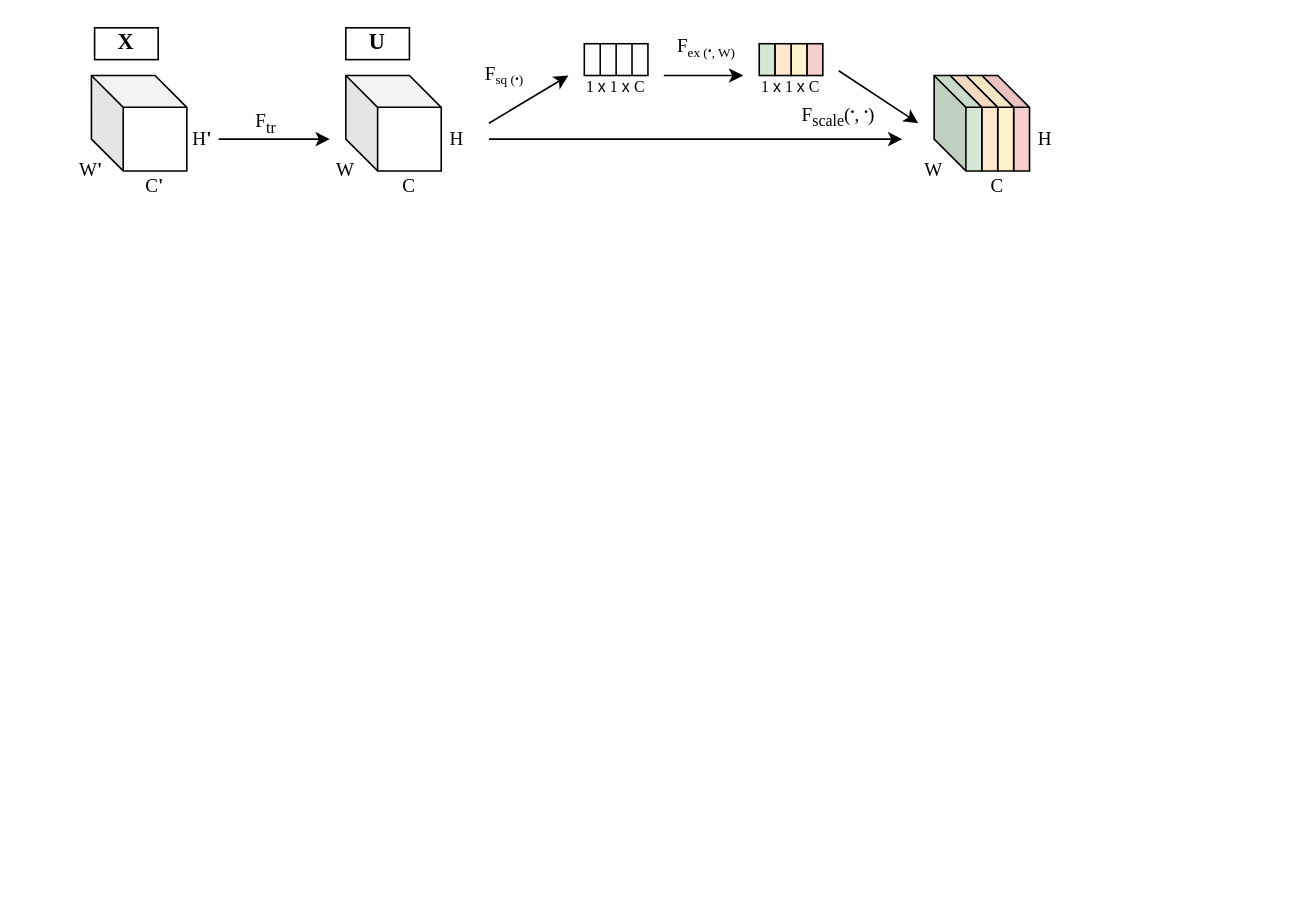
This is diagrams.drawio from NahianAlindo/gait_recognition, a draw.io file, before an edit. Source tidied: cells renumbered, new cells numbered last; positions are measured from the earlier drawing's top-left corner, leaving out a move shared by most shapes. Both pictures are drawn from the tidied source at 159%, with x=0, y=0 at pixel (59, 27).
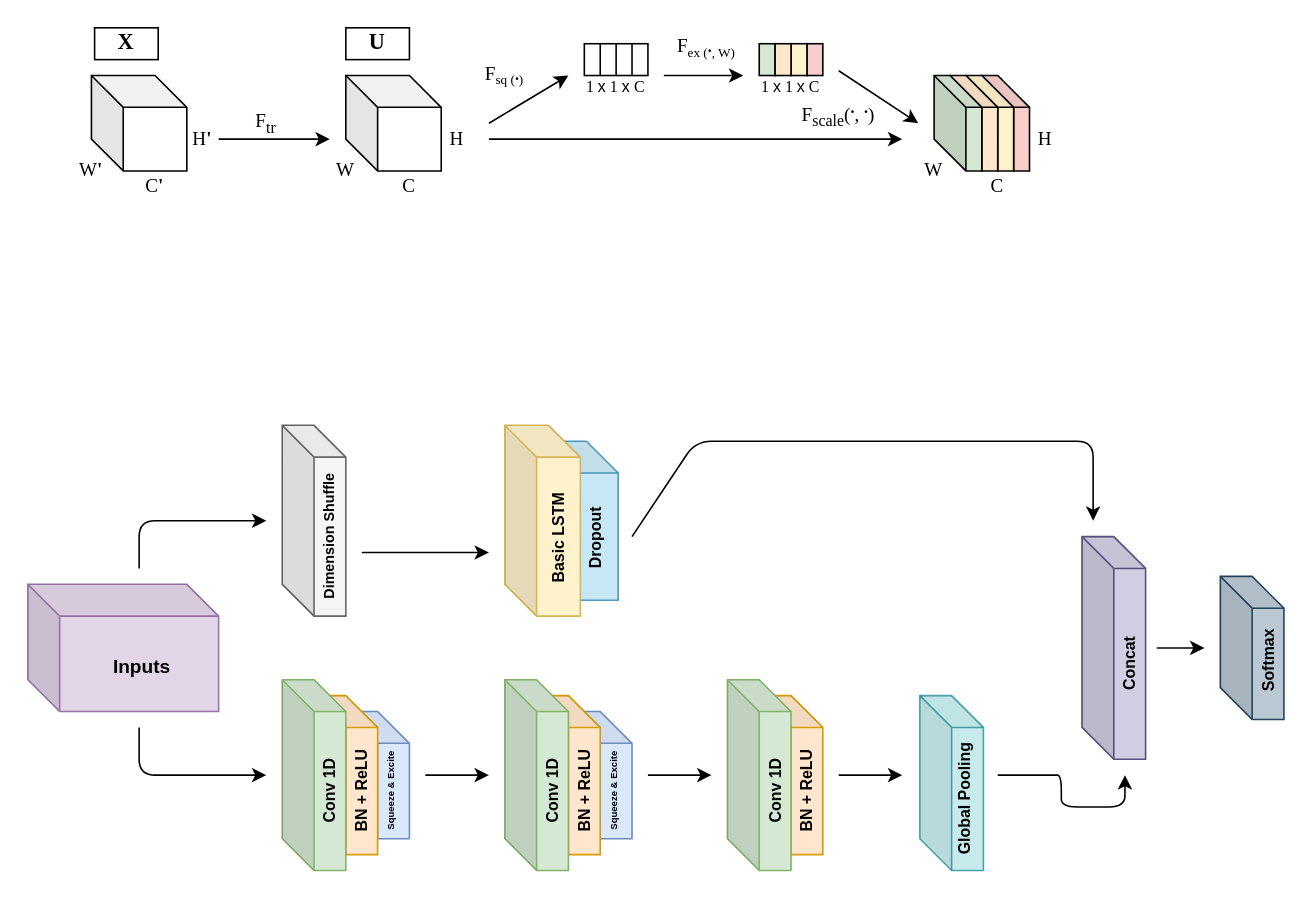
The same diagram, later.

Change to the diagram source:
```diff
@@
+    <mxCell id="42" style="shape=cube;whiteSpace=wrap;html=1;boundedLbl=1;backgroundOutline=1;darkOpacity=0.05;darkOpacity2=0.1;fillColor=#e1d5e7;strokeColor=#9673a6;" parent="1" vertex="1">
+      <mxGeometry x="-20" y="350" width="120" height="80" as="geometry" />
+    </mxCell>
+    <mxCell id="43" value="&lt;b&gt;Inputs&lt;/b&gt;" style="text;html=1;strokeColor=none;fillColor=none;align=center;verticalAlign=middle;whiteSpace=wrap;rounded=0;" parent="1" vertex="1">
+      <mxGeometry x="32" y="392" width="40" height="20" as="geometry" />
+    </mxCell>
+    <mxCell id="44" style="shape=cube;whiteSpace=wrap;html=1;boundedLbl=1;backgroundOutline=1;darkOpacity=0.05;darkOpacity2=0.1;fillColor=#f5f5f5;strokeColor=#666666;fontColor=#333333;" parent="1" vertex="1">
+      <mxGeometry x="140" y="250" width="40" height="120" as="geometry" />
+    </mxCell>
+    <mxCell id="45" style="shape=cube;whiteSpace=wrap;html=1;boundedLbl=1;backgroundOutline=1;darkOpacity=0.05;darkOpacity2=0.1;fillColor=#b0e3e6;strokeColor=#0e8088;opacity=70;" parent="1" vertex="1">
+      <mxGeometry x="541" y="420" width="40" height="110" as="geometry" />
+    </mxCell>
+    <mxCell id="46" style="shape=cube;whiteSpace=wrap;html=1;boundedLbl=1;backgroundOutline=1;darkOpacity=0.05;darkOpacity2=0.1;fillColor=#d0cee2;strokeColor=#56517e;" parent="1" vertex="1">
+      <mxGeometry x="643" y="320" width="40" height="140" as="geometry" />
+    </mxCell>
+    <mxCell id="47" style="shape=cube;whiteSpace=wrap;html=1;boundedLbl=1;backgroundOutline=1;darkOpacity=0.05;darkOpacity2=0.1;fillColor=#bac8d3;strokeColor=#23445d;" parent="1" vertex="1">
+      <mxGeometry x="730" y="345" width="40" height="90" as="geometry" />
+    </mxCell>
+    <mxCell id="48" value="&lt;font size=&quot;1&quot;&gt;&lt;b style=&quot;font-size: 9px&quot;&gt;Dimension Shuffle&lt;/b&gt;&lt;/font&gt;" style="text;html=1;strokeColor=none;fillColor=none;align=center;verticalAlign=middle;whiteSpace=wrap;rounded=0;rotation=-90;" parent="1" vertex="1">
+      <mxGeometry x="119" y="310" width="100" height="20" as="geometry" />
+    </mxCell>
+    <mxCell id="49" style="shape=cube;whiteSpace=wrap;html=1;boundedLbl=1;backgroundOutline=1;darkOpacity=0.05;darkOpacity2=0.1;fillColor=#ffe6cc;strokeColor=#d79b00;" parent="1" vertex="1">
+      <mxGeometry x="440" y="420" width="40" height="100" as="geometry" />
+    </mxCell>
+    <mxCell id="50" style="shape=cube;whiteSpace=wrap;html=1;boundedLbl=1;backgroundOutline=1;darkOpacity=0.05;darkOpacity2=0.1;fillColor=#d5e8d4;strokeColor=#82b366;" parent="1" vertex="1">
+      <mxGeometry x="420" y="410" width="40" height="120" as="geometry" />
+    </mxCell>
+    <mxCell id="51" value="&lt;font style=&quot;font-size: 10px&quot;&gt;&lt;b&gt;Conv 1D&lt;/b&gt;&lt;/font&gt;" style="text;html=1;strokeColor=none;fillColor=none;align=center;verticalAlign=middle;whiteSpace=wrap;rounded=0;rotation=-90;" parent="1" vertex="1">
+      <mxGeometry x="400" y="470" width="100" height="20" as="geometry" />
+    </mxCell>
+    <mxCell id="52" value="&lt;font style=&quot;font-size: 10px&quot;&gt;&lt;b&gt;BN + ReLU&lt;/b&gt;&lt;/font&gt;" style="text;html=1;strokeColor=none;fillColor=none;align=center;verticalAlign=middle;whiteSpace=wrap;rounded=0;rotation=-90;" parent="1" vertex="1">
+      <mxGeometry x="420" y="470" width="100" height="20" as="geometry" />
+    </mxCell>
+    <mxCell id="53" value="&lt;font style=&quot;font-size: 10px&quot;&gt;&lt;b&gt;Softmax&lt;/b&gt;&lt;/font&gt;" style="text;html=1;strokeColor=none;fillColor=none;align=center;verticalAlign=middle;whiteSpace=wrap;rounded=0;rotation=-90;" parent="1" vertex="1">
+      <mxGeometry x="710" y="388" width="100" height="20" as="geometry" />
+    </mxCell>
+    <mxCell id="54" value="&lt;font style=&quot;font-size: 10px&quot;&gt;&lt;b&gt;Global Pooling&lt;/b&gt;&lt;/font&gt;" style="text;html=1;strokeColor=none;fillColor=none;align=center;verticalAlign=middle;whiteSpace=wrap;rounded=0;rotation=-90;" parent="1" vertex="1">
+      <mxGeometry x="519" y="475" width="100" height="20" as="geometry" />
+    </mxCell>
+    <mxCell id="55" value="&lt;font style=&quot;font-size: 10px&quot;&gt;&lt;b&gt;Concat&lt;/b&gt;&lt;/font&gt;" style="text;html=1;strokeColor=none;fillColor=none;align=center;verticalAlign=middle;whiteSpace=wrap;rounded=0;rotation=-90;" parent="1" vertex="1">
+      <mxGeometry x="623" y="390" width="100" height="20" as="geometry" />
+    </mxCell>
+    <mxCell id="56" style="endArrow=classic;html=1;" parent="1" edge="1">
+      <mxGeometry relative="1" as="geometry">
+        <mxPoint x="50" y="340" as="sourcePoint" />
+        <mxPoint x="130" y="310" as="targetPoint" />
+        <Array as="points">
+          <mxPoint x="50" y="310" />
+        </Array>
+      </mxGeometry>
+    </mxCell>
+    <mxCell id="57" style="endArrow=classic;html=1;" parent="1" edge="1">
+      <mxGeometry relative="1" as="geometry">
+        <mxPoint x="50" y="440" as="sourcePoint" />
+        <mxPoint x="130" y="470" as="targetPoint" />
+        <Array as="points">
+          <mxPoint x="50" y="470" />
+        </Array>
+      </mxGeometry>
+    </mxCell>
+    <mxCell id="58" style="endArrow=classic;html=1;" parent="1" edge="1">
+      <mxGeometry relative="1" as="geometry">
+        <mxPoint x="490" y="470" as="sourcePoint" />
+        <mxPoint x="530" y="470" as="targetPoint" />
+      </mxGeometry>
+    </mxCell>
+    <mxCell id="59" style="endArrow=classic;html=1;" parent="1" edge="1">
+      <mxGeometry relative="1" as="geometry">
+        <mxPoint x="370" y="470" as="sourcePoint" />
+        <mxPoint x="410" y="470" as="targetPoint" />
+      </mxGeometry>
+    </mxCell>
+    <mxCell id="60" style="endArrow=classic;html=1;" parent="1" edge="1">
+      <mxGeometry relative="1" as="geometry">
+        <mxPoint x="230" y="470" as="sourcePoint" />
+        <mxPoint x="270" y="470" as="targetPoint" />
+      </mxGeometry>
+    </mxCell>
+    <mxCell id="61" style="endArrow=classic;html=1;" parent="1" edge="1">
+      <mxGeometry relative="1" as="geometry">
+        <mxPoint x="190" y="330" as="sourcePoint" />
+        <mxPoint x="270" y="330" as="targetPoint" />
+      </mxGeometry>
+    </mxCell>
+    <mxCell id="62" style="endArrow=classic;html=1;" parent="1" edge="1">
+      <mxGeometry relative="1" as="geometry">
+        <mxPoint x="360" y="320" as="sourcePoint" />
+        <mxPoint x="650" y="310" as="targetPoint" />
+        <Array as="points">
+          <mxPoint x="400" y="260" />
+          <mxPoint x="650" y="260" />
+        </Array>
+      </mxGeometry>
+    </mxCell>
+    <mxCell id="63" style="endArrow=classic;html=1;" parent="1" edge="1">
+      <mxGeometry relative="1" as="geometry">
+        <mxPoint x="590" y="470" as="sourcePoint" />
+        <mxPoint x="670" y="470" as="targetPoint" />
+        <Array as="points">
+          <mxPoint x="620" y="470" />
+          <mxPoint x="630" y="470" />
+          <mxPoint x="630" y="490" />
+          <mxPoint x="670" y="490" />
+        </Array>
+      </mxGeometry>
+    </mxCell>
+    <mxCell id="64" style="endArrow=classic;html=1;" parent="1" edge="1">
+      <mxGeometry relative="1" as="geometry">
+        <mxPoint x="690" y="390" as="sourcePoint" />
+        <mxPoint x="720" y="390" as="targetPoint" />
+      </mxGeometry>
+    </mxCell>
+    <mxCell id="65" style="shape=cube;whiteSpace=wrap;html=1;boundedLbl=1;backgroundOutline=1;darkOpacity=0.05;darkOpacity2=0.1;fillColor=#dae8fc;strokeColor=#6c8ebf;" parent="1" vertex="1">
+      <mxGeometry x="320" y="430" width="40" height="80" as="geometry" />
+    </mxCell>
+    <mxCell id="66" style="shape=cube;whiteSpace=wrap;html=1;boundedLbl=1;backgroundOutline=1;darkOpacity=0.05;darkOpacity2=0.1;fillColor=#ffe6cc;strokeColor=#d79b00;" parent="1" vertex="1">
+      <mxGeometry x="300" y="420" width="40" height="100" as="geometry" />
+    </mxCell>
+    <mxCell id="67" style="shape=cube;whiteSpace=wrap;html=1;boundedLbl=1;backgroundOutline=1;darkOpacity=0.05;darkOpacity2=0.1;fillColor=#d5e8d4;strokeColor=#82b366;" parent="1" vertex="1">
+      <mxGeometry x="280" y="410" width="40" height="120" as="geometry" />
+    </mxCell>
+    <mxCell id="68" value="&lt;font style=&quot;font-size: 10px&quot;&gt;&lt;b&gt;Conv 1D&lt;/b&gt;&lt;/font&gt;" style="text;html=1;strokeColor=none;fillColor=none;align=center;verticalAlign=middle;whiteSpace=wrap;rounded=0;rotation=-90;" parent="1" vertex="1">
+      <mxGeometry x="260" y="470" width="100" height="20" as="geometry" />
+    </mxCell>
+    <mxCell id="69" value="&lt;font style=&quot;font-size: 10px&quot;&gt;&lt;b&gt;BN + ReLU&lt;/b&gt;&lt;/font&gt;" style="text;html=1;strokeColor=none;fillColor=none;align=center;verticalAlign=middle;whiteSpace=wrap;rounded=0;rotation=-90;" parent="1" vertex="1">
+      <mxGeometry x="280" y="470" width="100" height="20" as="geometry" />
+    </mxCell>
+    <mxCell id="70" value="&lt;font&gt;&lt;b&gt;&lt;font style=&quot;font-size: 6px&quot;&gt;Squeeze &amp;amp; Excite&lt;/font&gt;&lt;br&gt;&lt;/b&gt;&lt;/font&gt;" style="text;html=1;strokeColor=none;fillColor=none;align=center;verticalAlign=middle;whiteSpace=wrap;rounded=0;rotation=-90;" parent="1" vertex="1">
+      <mxGeometry x="297" y="470" width="100" height="20" as="geometry" />
+    </mxCell>
+    <mxCell id="71" style="shape=cube;whiteSpace=wrap;html=1;boundedLbl=1;backgroundOutline=1;darkOpacity=0.05;darkOpacity2=0.1;fillColor=#dae8fc;strokeColor=#6c8ebf;" parent="1" vertex="1">
+      <mxGeometry x="180" y="430" width="40" height="80" as="geometry" />
+    </mxCell>
+    <mxCell id="72" style="shape=cube;whiteSpace=wrap;html=1;boundedLbl=1;backgroundOutline=1;darkOpacity=0.05;darkOpacity2=0.1;fillColor=#ffe6cc;strokeColor=#d79b00;" parent="1" vertex="1">
+      <mxGeometry x="160" y="420" width="40" height="100" as="geometry" />
+    </mxCell>
+    <mxCell id="73" style="shape=cube;whiteSpace=wrap;html=1;boundedLbl=1;backgroundOutline=1;darkOpacity=0.05;darkOpacity2=0.1;fillColor=#d5e8d4;strokeColor=#82b366;" parent="1" vertex="1">
+      <mxGeometry x="140" y="410" width="40" height="120" as="geometry" />
+    </mxCell>
+    <mxCell id="74" value="&lt;font style=&quot;font-size: 10px&quot;&gt;&lt;b&gt;Conv 1D&lt;/b&gt;&lt;/font&gt;" style="text;html=1;strokeColor=none;fillColor=none;align=center;verticalAlign=middle;whiteSpace=wrap;rounded=0;rotation=-90;" parent="1" vertex="1">
+      <mxGeometry x="120" y="470" width="100" height="20" as="geometry" />
+    </mxCell>
+    <mxCell id="75" value="&lt;font style=&quot;font-size: 10px&quot;&gt;&lt;b&gt;BN + ReLU&lt;/b&gt;&lt;/font&gt;" style="text;html=1;strokeColor=none;fillColor=none;align=center;verticalAlign=middle;whiteSpace=wrap;rounded=0;rotation=-90;" parent="1" vertex="1">
+      <mxGeometry x="140" y="470" width="100" height="20" as="geometry" />
+    </mxCell>
+    <mxCell id="76" value="&lt;font&gt;&lt;b&gt;&lt;font style=&quot;font-size: 6px&quot;&gt;Squeeze &amp;amp; Excite&lt;/font&gt;&lt;br&gt;&lt;/b&gt;&lt;/font&gt;" style="text;html=1;strokeColor=none;fillColor=none;align=center;verticalAlign=middle;whiteSpace=wrap;rounded=0;rotation=-90;" parent="1" vertex="1">
+      <mxGeometry x="157" y="470" width="100" height="20" as="geometry" />
+    </mxCell>
+    <mxCell id="77" style="shape=cube;whiteSpace=wrap;html=1;boundedLbl=1;backgroundOutline=1;darkOpacity=0.05;darkOpacity2=0.1;fillColor=#b1ddf0;strokeColor=#10739e;opacity=70;" parent="1" vertex="1">
+      <mxGeometry x="303.8" y="260" width="47.5" height="100" as="geometry" />
+    </mxCell>
+    <mxCell id="78" style="shape=cube;whiteSpace=wrap;html=1;boundedLbl=1;backgroundOutline=1;darkOpacity=0.05;darkOpacity2=0.1;fillColor=#fff2cc;strokeColor=#d6b656;" parent="1" vertex="1">
+      <mxGeometry x="280" y="250" width="47.5" height="120" as="geometry" />
+    </mxCell>
+    <mxCell id="79" value="&lt;font style=&quot;font-size: 10px&quot;&gt;&lt;b&gt;Basic LSTM&lt;/b&gt;&lt;/font&gt;" style="text;html=1;strokeColor=none;fillColor=none;align=center;verticalAlign=middle;whiteSpace=wrap;rounded=0;rotation=-90;" parent="1" vertex="1">
+      <mxGeometry x="264" y="311" width="100" height="20" as="geometry" />
+    </mxCell>
+    <mxCell id="80" value="&lt;font style=&quot;font-size: 10px&quot;&gt;&lt;b&gt;Dropout&lt;/b&gt;&lt;/font&gt;" style="text;html=1;strokeColor=none;fillColor=none;align=center;verticalAlign=middle;whiteSpace=wrap;rounded=0;rotation=-90;" parent="1" vertex="1">
+      <mxGeometry x="287" y="311" width="100" height="20" as="geometry" />
+    </mxCell>
```
